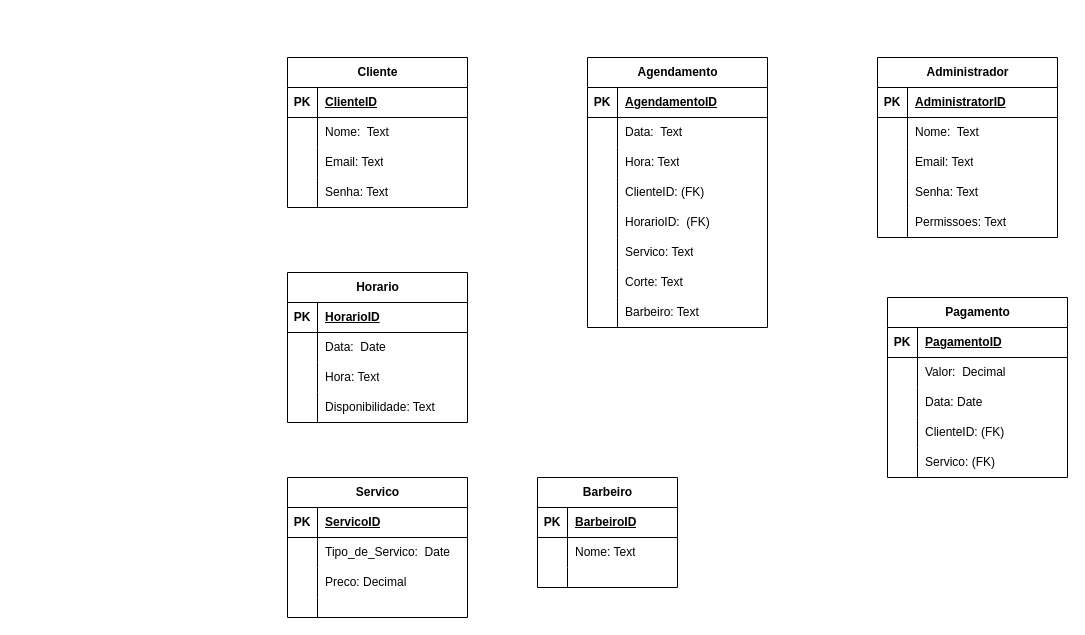
Before: Diagrama sem nome.drawio in devWellRich/iCut, a draw.io diagram. Source tidied: cells renumbered, new cells numbered last; positions are measured from the earlier drawing's top-left corner, leaving out a move shared by most shapes. Both pictures are drawn from the tidied source at 100%, with x=0, y=0 at pixel (287, 57).
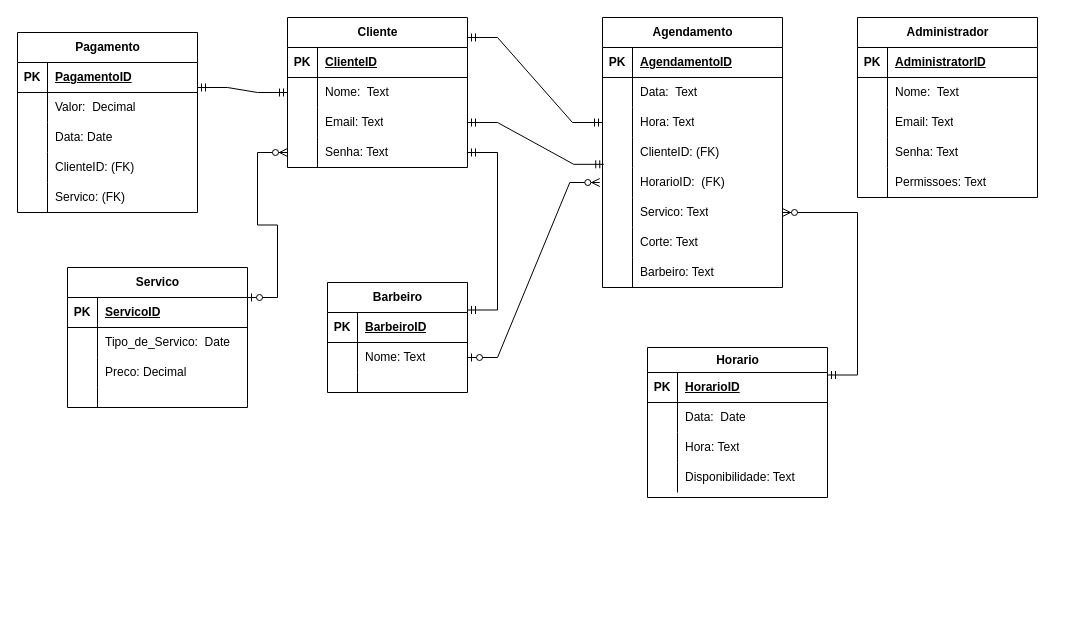
The same diagram, later.

The change refers to these unchanged cells:
```xml
<mxCell id="6" style="shape=tableRow;horizontal=0;startSize=0;swimlaneHead=0;swimlaneBody=0;fillColor=none;points=[[0,0.5],[1,0.5]];portConstraint=eastwest;top=0;left=0;right=0;bottom=0;" parent="2" vertex="1">
  <mxGeometry y="60" width="180" height="30" as="geometry" />
</mxCell>
<mxCell id="9" style="shape=tableRow;horizontal=0;startSize=0;swimlaneHead=0;swimlaneBody=0;fillColor=none;points=[[0,0.5],[1,0.5]];portConstraint=eastwest;top=0;left=0;right=0;bottom=0;" parent="2" vertex="1">
  <mxGeometry y="90" width="180" height="30" as="geometry" />
</mxCell>
<mxCell id="12" style="shape=tableRow;horizontal=0;startSize=0;swimlaneHead=0;swimlaneBody=0;fillColor=none;points=[[0,0.5],[1,0.5]];portConstraint=eastwest;top=0;left=0;right=0;bottom=0;" parent="2" vertex="1">
  <mxGeometry y="120" width="180" height="30" as="geometry" />
</mxCell>
<mxCell id="35" style="shape=tableRow;horizontal=0;startSize=0;swimlaneHead=0;swimlaneBody=0;fillColor=none;points=[[0,0.5],[1,0.5]];portConstraint=eastwest;top=0;left=0;right=0;bottom=0;" parent="28" vertex="1">
  <mxGeometry y="90" width="180" height="30" as="geometry" />
</mxCell>
<mxCell id="38" style="shape=tableRow;horizontal=0;startSize=0;swimlaneHead=0;swimlaneBody=0;fillColor=none;points=[[0,0.5],[1,0.5]];portConstraint=eastwest;top=0;left=0;right=0;bottom=0;" parent="28" vertex="1">
  <mxGeometry y="120" width="180" height="30" as="geometry" />
</mxCell>
<mxCell id="44" style="shape=tableRow;horizontal=0;startSize=0;swimlaneHead=0;swimlaneBody=0;fillColor=none;points=[[0,0.5],[1,0.5]];portConstraint=eastwest;top=0;left=0;right=0;bottom=0;" parent="28" vertex="1">
  <mxGeometry y="180" width="180" height="30" as="geometry" />
</mxCell>
<mxCell id="54" style="shape=tableRow;horizontal=0;startSize=0;swimlaneHead=0;swimlaneBody=0;fillColor=none;points=[[0,0.5],[1,0.5]];portConstraint=eastwest;top=0;left=0;right=0;bottom=1;" parent="53" vertex="1">
  <mxGeometry y="30" width="180" height="30" as="geometry" />
</mxCell>
<mxCell id="70" style="shape=tableRow;horizontal=0;startSize=0;swimlaneHead=0;swimlaneBody=0;fillColor=none;points=[[0,0.5],[1,0.5]];portConstraint=eastwest;top=0;left=0;right=0;bottom=0;" parent="66" vertex="1">
  <mxGeometry y="60" width="140" height="30" as="geometry" />
</mxCell>
```

What changed in the source:
```diff
@@
     <mxCell id="2" value="Cliente" style="shape=table;startSize=30;childLayout=tableLayout;rowLines=0;fontStyle=1;align=center;html=1;" parent="1" vertex="1">
-      <mxGeometry width="180" height="150" as="geometry" />
+      <mxGeometry y="-40" width="180" height="150" as="geometry" />
     </mxCell>
@@
-    <mxCell id="15" value="Horario" style="shape=table;startSize=30;childLayout=tableLayout;rowLines=0;fontStyle=1;align=center;html=1;" parent="1" vertex="1">
-      <mxGeometry y="215" width="180" height="150" as="geometry" />
+    <mxCell id="15" value="Horario" style="shape=table;startSize=25;childLayout=tableLayout;rowLines=0;fontStyle=1;align=center;html=1;" parent="1" vertex="1">
+      <mxGeometry x="360" y="290" width="180" height="150" as="geometry" />
     </mxCell>
     <mxCell id="16" style="shape=tableRow;horizontal=0;startSize=0;swimlaneHead=0;swimlaneBody=0;fillColor=none;top=0;left=0;right=0;bottom=1;" parent="15" vertex="1">
-      <mxGeometry y="30" width="180" height="30" as="geometry" />
+      <mxGeometry y="25" width="180" height="30" as="geometry" />
     </mxCell>
@@
     <mxCell id="19" style="shape=tableRow;horizontal=0;startSize=0;swimlaneHead=0;swimlaneBody=0;fillColor=none;top=0;left=0;right=0;bottom=0;" parent="15" vertex="1">
-      <mxGeometry y="60" width="180" height="30" as="geometry" />
+      <mxGeometry y="55" width="180" height="30" as="geometry" />
     </mxCell>
@@
     <mxCell id="22" style="shape=tableRow;horizontal=0;startSize=0;swimlaneHead=0;swimlaneBody=0;fillColor=none;top=0;left=0;right=0;bottom=0;" parent="15" vertex="1">
-      <mxGeometry y="90" width="180" height="30" as="geometry" />
+      <mxGeometry y="85" width="180" height="30" as="geometry" />
     </mxCell>
@@
     <mxCell id="25" style="shape=tableRow;horizontal=0;startSize=0;swimlaneHead=0;swimlaneBody=0;fillColor=none;top=0;left=0;right=0;bottom=0;" parent="15" vertex="1">
-      <mxGeometry y="120" width="180" height="30" as="geometry" />
+      <mxGeometry y="115" width="180" height="30" as="geometry" />
     </mxCell>
@@
     <mxCell id="28" value="Agendamento" style="shape=table;startSize=30;childLayout=tableLayout;rowLines=0;fontStyle=1;align=center;html=1;" parent="1" vertex="1">
-      <mxGeometry x="300" width="180" height="270" as="geometry" />
+      <mxGeometry x="315" y="-40" width="180" height="270" as="geometry" />
     </mxCell>
@@
     <mxCell id="53" value="Servico" style="shape=table;startSize=30;childLayout=tableLayout;rowLines=0;fontStyle=1;align=center;html=1;" parent="1" vertex="1">
-      <mxGeometry y="420" width="180" height="140" as="geometry" />
+      <mxGeometry x="-220" y="210" width="180" height="140" as="geometry" />
     </mxCell>
@@
     <mxCell id="66" value="Barbeiro" style="shape=table;startSize=30;childLayout=tableLayout;rowLines=0;fontStyle=1;align=center;html=1;" parent="1" vertex="1">
-      <mxGeometry x="250" y="420" width="140" height="110" as="geometry" />
+      <mxGeometry x="40" y="225" width="140" height="110" as="geometry" />
     </mxCell>
@@
     <mxCell id="76" value="Administrador" style="shape=table;startSize=30;childLayout=tableLayout;rowLines=0;fontStyle=1;align=center;html=1;" parent="1" vertex="1">
-      <mxGeometry x="590" width="180" height="180" as="geometry" />
+      <mxGeometry x="570" y="-40" width="180" height="180" as="geometry" />
     </mxCell>
@@
     <mxCell id="92" value="Pagamento" style="shape=table;startSize=30;childLayout=tableLayout;rowLines=0;fontStyle=1;align=center;html=1;" parent="1" vertex="1">
-      <mxGeometry x="600" y="240" width="180" height="180" as="geometry" />
+      <mxGeometry x="-270" y="-25" width="180" height="180" as="geometry" />
     </mxCell>
@@
+    <mxCell id="108" style="edgeStyle=entityRelationEdgeStyle;fontSize=12;html=1;endArrow=ERmandOne;startArrow=ERmandOne;rounded=0;exitX=1;exitY=0.5;exitDx=0;exitDy=0;entryX=1;entryY=0.25;entryDx=0;entryDy=0;" parent="1" edge="1" source="12" target="66">
+      <mxGeometry relative="1" as="geometry">
+        <Array as="points">
+          <mxPoint x="260" y="250" />
+          <mxPoint x="315" y="80" />
+          <mxPoint x="260" y="240" />
+        </Array>
+      </mxGeometry>
+    </mxCell>
+    <mxCell id="109" style="edgeStyle=entityRelationEdgeStyle;fontSize=12;html=1;endArrow=ERmandOne;startArrow=ERmandOne;rounded=0;entryX=0;entryY=0.5;entryDx=0;entryDy=0;" parent="1" edge="1" target="35">
+      <mxGeometry relative="1" as="geometry">
+        <mxPoint x="180" y="-20" as="sourcePoint" />
+      </mxGeometry>
+    </mxCell>
+    <mxCell id="110" style="edgeStyle=entityRelationEdgeStyle;fontSize=12;html=1;endArrow=ERzeroToMany;startArrow=ERzeroToOne;rounded=0;exitX=1;exitY=0.5;exitDx=0;exitDy=0;entryX=0;entryY=0.5;entryDx=0;entryDy=0;" parent="1" edge="1" source="70">
+      <mxGeometry relative="1" as="geometry">
+        <mxPoint x="312.3" y="125" as="targetPoint" />
+        <Array as="points">
+          <mxPoint x="187.3" y="329" />
+        </Array>
+      </mxGeometry>
+    </mxCell>
+    <mxCell id="111" style="edgeStyle=entityRelationEdgeStyle;fontSize=12;html=1;endArrow=ERmandOne;startArrow=ERmandOne;rounded=0;entryX=0;entryY=0.5;entryDx=0;entryDy=0;" parent="1" edge="1" target="6">
+      <mxGeometry relative="1" as="geometry">
+        <mxPoint x="-90" y="30" as="sourcePoint" />
+      </mxGeometry>
+    </mxCell>
+    <mxCell id="112" style="edgeStyle=entityRelationEdgeStyle;fontSize=12;html=1;endArrow=ERzeroToMany;startArrow=ERzeroToOne;rounded=0;exitX=1;exitY=0;exitDx=0;exitDy=0;exitPerimeter=0;entryX=0;entryY=0.5;entryDx=0;entryDy=0;" parent="1" edge="1" source="54" target="12">
+      <mxGeometry relative="1" as="geometry">
+        <Array as="points">
+          <mxPoint x="-40" y="250" />
+        </Array>
+      </mxGeometry>
+    </mxCell>
+    <mxCell id="113" style="edgeStyle=entityRelationEdgeStyle;fontSize=12;html=1;endArrow=ERmandOne;startArrow=ERmandOne;rounded=0;exitX=1;exitY=0.5;exitDx=0;exitDy=0;entryX=0.007;entryY=0.894;entryDx=0;entryDy=0;entryPerimeter=0;" parent="1" edge="1" source="9" target="38">
+      <mxGeometry relative="1" as="geometry" />
+    </mxCell>
+    <mxCell id="114" style="edgeStyle=entityRelationEdgeStyle;fontSize=12;html=1;endArrow=ERzeroToMany;startArrow=ERmandOne;rounded=0;exitX=1;exitY=0.25;exitDx=0;exitDy=0;entryX=1;entryY=0.5;entryDx=0;entryDy=0;" parent="1" edge="1" target="44">
+      <mxGeometry relative="1" as="geometry">
+        <mxPoint x="540" y="317.5" as="sourcePoint" />
+        <Array as="points">
+          <mxPoint x="530" y="190" />
+        </Array>
+      </mxGeometry>
+    </mxCell>
```
